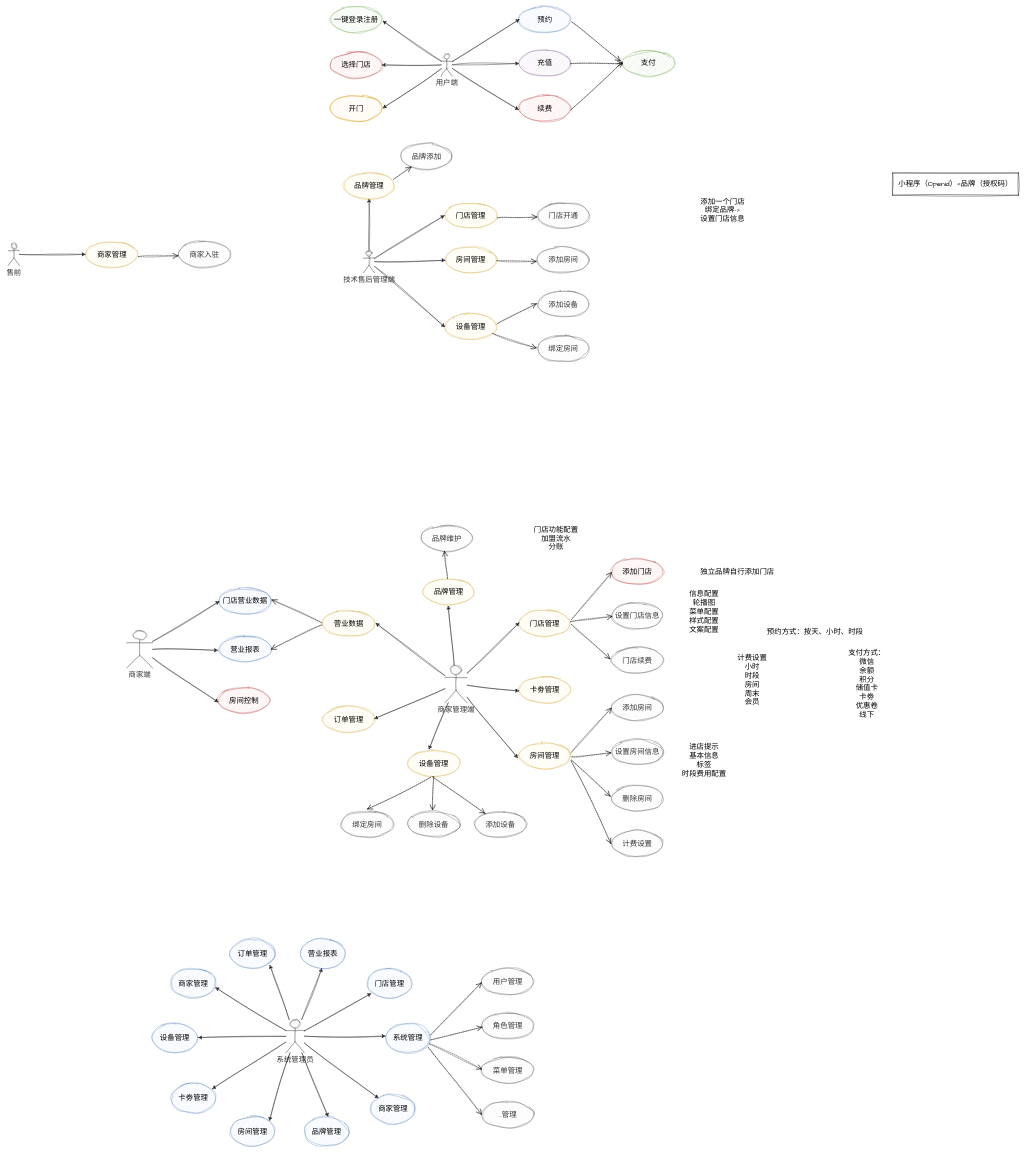
Earlier version of the draw.io diagram 自助棋牌室.drawio (ErDanZi888/draw). Source tidied: cells renumbered, new cells numbered last; positions are measured from the earlier drawing's top-left corner, leaving out a move shared by most shapes. Both pictures are drawn from the tidied source at 37%, with x=0, y=0 at pixel (8, 6).
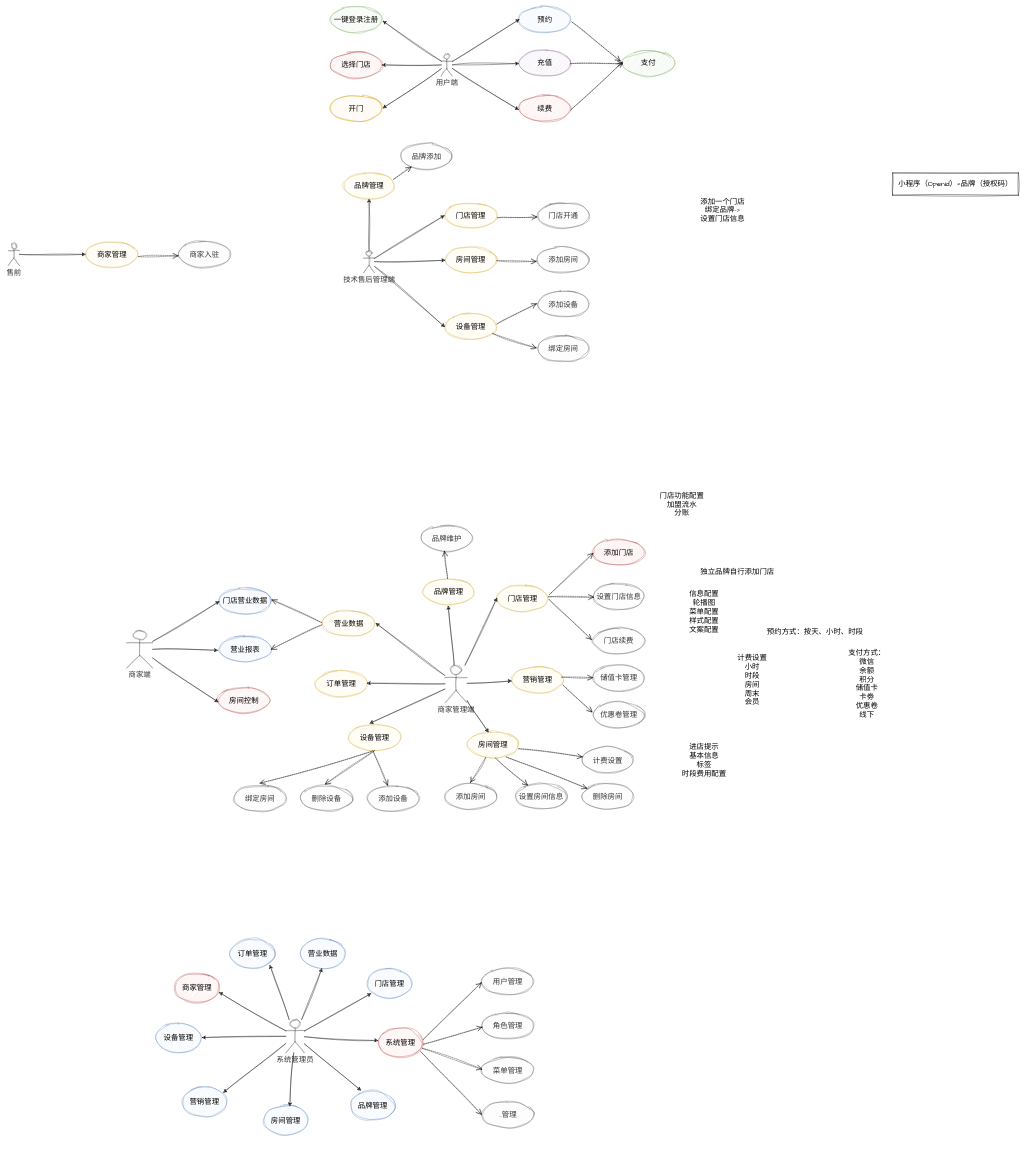
The same diagram, later.

Unchanged cells that the change refers to:
```xml
<mxCell id="55" value="商家管理端" style="shape=umlActor;verticalLabelPosition=bottom;verticalAlign=top;html=1;sketch=1;hachureGap=4;jiggle=2;curveFitting=1;fontFamily=Architects Daughter;fontSize=20;fillColor=#f5f5f5;fontColor=#333333;strokeColor=#666666;" parent="1" vertex="1">
  <mxGeometry x="1180" y="1780" width="60" height="102" as="geometry" />
</mxCell>
<mxCell id="73" value="系统管理员" style="shape=umlActor;verticalLabelPosition=bottom;verticalAlign=top;html=1;sketch=1;hachureGap=4;jiggle=2;curveFitting=1;fontFamily=Architects Daughter;fontSize=20;fillColor=#f5f5f5;fontColor=#333333;strokeColor=#666666;" parent="1" vertex="1">
  <mxGeometry x="750" y="2738" width="50" height="90" as="geometry" />
</mxCell>
```

Change to the diagram source:
```diff
@@
     <mxCell id="35" value="房间管理" style="ellipse;whiteSpace=wrap;html=1;sketch=1;hachureGap=4;jiggle=2;curveFitting=1;fontFamily=Architects Daughter;fontSize=20;fillColor=#fff2cc;strokeColor=#d6b656;" parent="1" vertex="1">
-      <mxGeometry x="1380" y="1990" width="140" height="70" as="geometry" />
+      <mxGeometry x="1240" y="1960" width="140" height="70" as="geometry" />
     </mxCell>
     <mxCell id="36" value="门店管理" style="ellipse;whiteSpace=wrap;html=1;sketch=1;hachureGap=4;jiggle=2;curveFitting=1;fontFamily=Architects Daughter;fontSize=20;fillColor=#fff2cc;strokeColor=#d6b656;" parent="1" vertex="1">
-      <mxGeometry x="1380" y="1632" width="140" height="70" as="geometry" />
+      <mxGeometry x="1320" y="1565" width="140" height="70" as="geometry" />
     </mxCell>
     <mxCell id="37" value="设置门店信息" style="ellipse;whiteSpace=wrap;html=1;sketch=1;hachureGap=4;jiggle=2;curveFitting=1;fontFamily=Architects Daughter;fontSize=20;fillColor=#f5f5f5;strokeColor=#666666;fontColor=#333333;" parent="1" vertex="1">
-      <mxGeometry x="1630" y="1612" width="140" height="70" as="geometry" />
+      <mxGeometry x="1580" y="1560" width="140" height="70" as="geometry" />
     </mxCell>
     <mxCell id="38" value="门店续费" style="ellipse;whiteSpace=wrap;html=1;sketch=1;hachureGap=4;jiggle=2;curveFitting=1;fontFamily=Architects Daughter;fontSize=20;fillColor=#f5f5f5;strokeColor=#666666;fontColor=#333333;" parent="1" vertex="1">
-      <mxGeometry x="1630" y="1732" width="140" height="70" as="geometry" />
+      <mxGeometry x="1580" y="1680" width="140" height="70" as="geometry" />
     </mxCell>
     <mxCell id="39" value="添加房间" style="ellipse;whiteSpace=wrap;html=1;sketch=1;hachureGap=4;jiggle=2;curveFitting=1;fontFamily=Architects Daughter;fontSize=20;fillColor=#f5f5f5;strokeColor=#666666;fontColor=#333333;" parent="1" vertex="1">
-      <mxGeometry x="1630" y="1860" width="140" height="70" as="geometry" />
+      <mxGeometry x="1180" y="2100" width="140" height="70" as="geometry" />
     </mxCell>
     <mxCell id="40" value="删除房间" style="ellipse;whiteSpace=wrap;html=1;sketch=1;hachureGap=4;jiggle=2;curveFitting=1;fontFamily=Architects Daughter;fontSize=20;fillColor=#f5f5f5;strokeColor=#666666;fontColor=#333333;" parent="1" vertex="1">
-      <mxGeometry x="1630" y="2105" width="140" height="70" as="geometry" />
+      <mxGeometry x="1550" y="2100" width="140" height="70" as="geometry" />
     </mxCell>
     <mxCell id="41" value="设置房间信息" style="ellipse;whiteSpace=wrap;html=1;sketch=1;hachureGap=4;jiggle=2;curveFitting=1;fontFamily=Architects Daughter;fontSize=20;fillColor=#f5f5f5;strokeColor=#666666;fontColor=#333333;" parent="1" vertex="1">
-      <mxGeometry x="1630" y="1980" width="140" height="70" as="geometry" />
+      <mxGeometry x="1370" y="2100" width="140" height="70" as="geometry" />
     </mxCell>
@@
     <mxCell id="44" value="设备管理" style="ellipse;whiteSpace=wrap;html=1;sketch=1;hachureGap=4;jiggle=2;curveFitting=1;fontFamily=Architects Daughter;fontSize=20;fillColor=#fff2cc;strokeColor=#d6b656;" parent="1" vertex="1">
-      <mxGeometry x="1080" y="2010" width="140" height="70" as="geometry" />
+      <mxGeometry x="920" y="1940" width="140" height="70" as="geometry" />
     </mxCell>
     <mxCell id="45" value="添加设备" style="ellipse;whiteSpace=wrap;html=1;sketch=1;hachureGap=4;jiggle=2;curveFitting=1;fontFamily=Architects Daughter;fontSize=20;fillColor=#f5f5f5;strokeColor=#666666;fontColor=#333333;" parent="1" vertex="1">
-      <mxGeometry x="1260" y="2175" width="140" height="70" as="geometry" />
+      <mxGeometry x="970" y="2105" width="140" height="70" as="geometry" />
     </mxCell>
     <mxCell id="46" value="绑定房间" style="ellipse;whiteSpace=wrap;html=1;sketch=1;hachureGap=4;jiggle=2;curveFitting=1;fontFamily=Architects Daughter;fontSize=20;fillColor=#f5f5f5;strokeColor=#666666;fontColor=#333333;" parent="1" vertex="1">
-      <mxGeometry x="900" y="2175" width="140" height="70" as="geometry" />
+      <mxGeometry x="610" y="2105" width="140" height="70" as="geometry" />
     </mxCell>
@@
     <mxCell id="50" value="订单管理" style="ellipse;whiteSpace=wrap;html=1;sketch=1;hachureGap=4;jiggle=2;curveFitting=1;fontFamily=Architects Daughter;fontSize=20;fillColor=#fff2cc;strokeColor=#d6b656;" parent="1" vertex="1">
-      <mxGeometry x="850" y="1892" width="140" height="70" as="geometry" />
+      <mxGeometry x="830" y="1796" width="140" height="70" as="geometry" />
     </mxCell>
     <mxCell id="51" value="添加门店" style="ellipse;whiteSpace=wrap;html=1;sketch=1;hachureGap=4;jiggle=2;curveFitting=1;fontFamily=Architects Daughter;fontSize=20;fillColor=#f8cecc;strokeColor=#b85450;" parent="1" vertex="1">
-      <mxGeometry x="1630" y="1492" width="140" height="70" as="geometry" />
+      <mxGeometry x="1580" y="1440" width="140" height="70" as="geometry" />
     </mxCell>
@@
-    <mxCell id="64" style="rounded=0;sketch=1;hachureGap=4;jiggle=2;curveFitting=1;jettySize=auto;html=1;entryX=-0.025;entryY=0.579;entryDx=0;entryDy=0;entryPerimeter=0;fontFamily=Architects Daughter;fontSize=16;" parent="1" edge="1" source="55" target="35">
+    <mxCell id="64" style="rounded=0;sketch=1;hachureGap=4;jiggle=2;curveFitting=1;jettySize=auto;html=1;entryX=0.41;entryY=0.019;entryDx=0;entryDy=0;entryPerimeter=0;fontFamily=Architects Daughter;fontSize=16;" parent="1" edge="1" source="55" target="35">
       <mxGeometry relative="1" as="geometry" />
     </mxCell>
@@
-    <mxCell id="69" style="endArrow=open;endSize=12;dashed=1;html=1;rounded=0;sketch=1;hachureGap=4;jiggle=2;curveFitting=1;fontFamily=Architects Daughter;fontSize=16;entryX=0;entryY=0.514;entryDx=0;entryDy=0;entryPerimeter=0;exitX=1.011;exitY=0.371;exitDx=0;exitDy=0;exitPerimeter=0;" parent="1" edge="1" source="35" target="39">
+    <mxCell id="69" style="endArrow=open;endSize=12;dashed=1;html=1;rounded=0;sketch=1;hachureGap=4;jiggle=2;curveFitting=1;fontFamily=Architects Daughter;fontSize=16;entryX=0.49;entryY=-0.029;entryDx=0;entryDy=0;entryPerimeter=0;exitX=0.357;exitY=1;exitDx=0;exitDy=0;exitPerimeter=0;" parent="1" edge="1" source="35" target="39">
       <mxGeometry relative="1" as="geometry" />
     </mxCell>
-    <mxCell id="70" style="endArrow=open;endSize=12;dashed=1;html=1;rounded=0;sketch=1;hachureGap=4;jiggle=2;curveFitting=1;fontFamily=Architects Daughter;fontSize=16;entryX=-0.004;entryY=0.529;entryDx=0;entryDy=0;entryPerimeter=0;exitX=1.018;exitY=0.543;exitDx=0;exitDy=0;exitPerimeter=0;" parent="1" edge="1" source="35" target="41">
+    <mxCell id="70" style="endArrow=open;endSize=12;dashed=1;html=1;rounded=0;sketch=1;hachureGap=4;jiggle=2;curveFitting=1;fontFamily=Architects Daughter;fontSize=16;exitX=0.548;exitY=1.019;exitDx=0;exitDy=0;exitPerimeter=0;" parent="1" edge="1" source="35" target="41">
       <mxGeometry relative="1" as="geometry" />
     </mxCell>
-    <mxCell id="71" style="endArrow=open;endSize=12;dashed=1;html=1;rounded=0;sketch=1;hachureGap=4;jiggle=2;curveFitting=1;fontFamily=Architects Daughter;fontSize=16;entryX=-0.018;entryY=0.429;entryDx=0;entryDy=0;entryPerimeter=0;exitX=1.018;exitY=0.671;exitDx=0;exitDy=0;exitPerimeter=0;" parent="1" edge="1" source="35" target="40">
-      <mxGeometry relative="1" as="geometry" />
-    </mxCell>
-    <mxCell id="72" style="rounded=0;sketch=1;hachureGap=4;jiggle=2;curveFitting=1;jettySize=auto;html=1;fontFamily=Architects Daughter;fontSize=16;" parent="1" edge="1" source="73" target="111">
-      <mxGeometry relative="1" as="geometry" />
-    </mxCell>
@@
     <mxCell id="82" value="门店功能配置&lt;br&gt;加盟流水&lt;br&gt;分账" style="text;html=1;align=center;verticalAlign=middle;strokeColor=none;fillColor=none;fontSize=20;fontFamily=Architects Daughter;" parent="1" vertex="1">
-      <mxGeometry x="1410" y="1392" width="140" height="90" as="geometry" />
+      <mxGeometry x="1750" y="1300" width="140" height="90" as="geometry" />
     </mxCell>
@@
-    <mxCell id="92" value="卡劵管理" style="ellipse;whiteSpace=wrap;html=1;sketch=1;hachureGap=4;jiggle=2;curveFitting=1;fontFamily=Architects Daughter;fontSize=20;fillColor=#fff2cc;strokeColor=#d6b656;" parent="1" vertex="1">
-      <mxGeometry x="1380" y="1812" width="140" height="70" as="geometry" />
+    <mxCell id="92" value="营销管理" style="ellipse;whiteSpace=wrap;html=1;sketch=1;hachureGap=4;jiggle=2;curveFitting=1;fontFamily=Architects Daughter;fontSize=20;fillColor=#fff2cc;strokeColor=#d6b656;" parent="1" vertex="1">
+      <mxGeometry x="1360" y="1785" width="140" height="70" as="geometry" />
     </mxCell>
@@
     <mxCell id="94" value="删除设备" style="ellipse;whiteSpace=wrap;html=1;sketch=1;hachureGap=4;jiggle=2;curveFitting=1;fontFamily=Architects Daughter;fontSize=20;fillColor=#f5f5f5;strokeColor=#666666;fontColor=#333333;" parent="1" vertex="1">
-      <mxGeometry x="1080" y="2175" width="140" height="70" as="geometry" />
+      <mxGeometry x="790" y="2105" width="140" height="70" as="geometry" />
     </mxCell>
@@
     <mxCell id="98" value="计费设置" style="ellipse;whiteSpace=wrap;html=1;sketch=1;hachureGap=4;jiggle=2;curveFitting=1;fontFamily=Architects Daughter;fontSize=20;fillColor=#f5f5f5;strokeColor=#666666;fontColor=#333333;" parent="1" vertex="1">
-      <mxGeometry x="1630" y="2228" width="140" height="70" as="geometry" />
+      <mxGeometry x="1550" y="2002" width="140" height="70" as="geometry" />
     </mxCell>
-    <mxCell id="99" style="endArrow=open;endSize=12;dashed=1;html=1;rounded=0;sketch=1;hachureGap=4;jiggle=2;curveFitting=1;fontFamily=Architects Daughter;fontSize=16;entryX=-0.01;entryY=0.5;entryDx=0;entryDy=0;entryPerimeter=0;exitX=1.006;exitY=0.694;exitDx=0;exitDy=0;exitPerimeter=0;" parent="1" edge="1" source="35" target="98">
-      <mxGeometry relative="1" as="geometry" />
-    </mxCell>
-    <mxCell id="100" value="系统管理" style="ellipse;whiteSpace=wrap;html=1;sketch=1;hachureGap=4;jiggle=2;curveFitting=1;fontFamily=Architects Daughter;fontSize=20;fillColor=#dae8fc;strokeColor=#6c8ebf;" parent="1" vertex="1">
-      <mxGeometry x="1020" y="2748" width="120" height="80" as="geometry" />
+    <mxCell id="100" value="系统管理" style="ellipse;whiteSpace=wrap;html=1;sketch=1;hachureGap=4;jiggle=2;curveFitting=1;fontFamily=Architects Daughter;fontSize=20;fillColor=#f8cecc;strokeColor=#b85450;" parent="1" vertex="1">
+      <mxGeometry x="1000" y="2760" width="120" height="80" as="geometry" />
     </mxCell>
@@
     <mxCell id="110" value="品牌管理" style="ellipse;whiteSpace=wrap;html=1;sketch=1;hachureGap=4;jiggle=2;curveFitting=1;fontFamily=Architects Daughter;fontSize=20;fillColor=#dae8fc;strokeColor=#6c8ebf;" parent="1" vertex="1">
-      <mxGeometry x="800" y="3000" width="120" height="80" as="geometry" />
+      <mxGeometry x="925" y="2930" width="120" height="80" as="geometry" />
     </mxCell>
-    <mxCell id="111" value="商家管理" style="ellipse;whiteSpace=wrap;html=1;sketch=1;hachureGap=4;jiggle=2;curveFitting=1;fontFamily=Architects Daughter;fontSize=20;fillColor=#dae8fc;strokeColor=#6c8ebf;" parent="1" vertex="1">
-      <mxGeometry x="980" y="2940" width="120" height="80" as="geometry" />
-    </mxCell>
     <mxCell id="112" value="房间管理" style="ellipse;whiteSpace=wrap;html=1;sketch=1;hachureGap=4;jiggle=2;curveFitting=1;fontFamily=Architects Daughter;fontSize=20;fillColor=#dae8fc;strokeColor=#6c8ebf;" parent="1" vertex="1">
-      <mxGeometry x="600" y="3000" width="120" height="80" as="geometry" />
+      <mxGeometry x="690" y="2970" width="120" height="80" as="geometry" />
     </mxCell>
     <mxCell id="113" value="设备管理" style="ellipse;whiteSpace=wrap;html=1;sketch=1;hachureGap=4;jiggle=2;curveFitting=1;fontFamily=Architects Daughter;fontSize=20;fillColor=#dae8fc;strokeColor=#6c8ebf;" parent="1" vertex="1">
-      <mxGeometry x="390" y="2748" width="120" height="80" as="geometry" />
+      <mxGeometry x="400" y="2748" width="120" height="80" as="geometry" />
     </mxCell>
@@
-    <mxCell id="115" value="营业报表" style="ellipse;whiteSpace=wrap;html=1;sketch=1;hachureGap=4;jiggle=2;curveFitting=1;fontFamily=Architects Daughter;fontSize=20;fillColor=#dae8fc;strokeColor=#6c8ebf;" parent="1" vertex="1">
+    <mxCell id="115" value="营业数据" style="ellipse;whiteSpace=wrap;html=1;sketch=1;hachureGap=4;jiggle=2;curveFitting=1;fontFamily=Architects Daughter;fontSize=20;fillColor=#dae8fc;strokeColor=#6c8ebf;" parent="1" vertex="1">
       <mxGeometry x="790" y="2520" width="120" height="80" as="geometry" />
     </mxCell>
@@
-    <mxCell id="119" style="rounded=0;sketch=1;hachureGap=4;jiggle=2;curveFitting=1;jettySize=auto;html=1;entryX=0.534;entryY=0;entryDx=0;entryDy=0;entryPerimeter=0;fontFamily=Architects Daughter;fontSize=16;" parent="1" edge="1" source="73" target="110">
+    <mxCell id="119" style="rounded=0;sketch=1;hachureGap=4;jiggle=2;curveFitting=1;jettySize=auto;html=1;entryX=0.231;entryY=-0.008;entryDx=0;entryDy=0;entryPerimeter=0;fontFamily=Architects Daughter;fontSize=16;" parent="1" edge="1" source="73" target="110">
       <mxGeometry relative="1" as="geometry" />
     </mxCell>
-    <mxCell id="120" style="rounded=0;sketch=1;hachureGap=4;jiggle=2;curveFitting=1;jettySize=auto;html=1;entryX=0.881;entryY=0.139;entryDx=0;entryDy=0;entryPerimeter=0;fontFamily=Architects Daughter;fontSize=16;" parent="1" edge="1" source="73" target="112">
+    <mxCell id="120" style="rounded=0;sketch=1;hachureGap=4;jiggle=2;curveFitting=1;jettySize=auto;html=1;entryX=0.589;entryY=0.025;entryDx=0;entryDy=0;entryPerimeter=0;fontFamily=Architects Daughter;fontSize=16;" parent="1" edge="1" source="73" target="112">
       <mxGeometry relative="1" as="geometry" />
     </mxCell>
@@
-    <mxCell id="123" value="卡劵管理" style="ellipse;whiteSpace=wrap;html=1;sketch=1;hachureGap=4;jiggle=2;curveFitting=1;fontFamily=Architects Daughter;fontSize=20;fillColor=#dae8fc;strokeColor=#6c8ebf;" parent="1" vertex="1">
-      <mxGeometry x="440" y="2910" width="120" height="80" as="geometry" />
+    <mxCell id="123" value="营销管理" style="ellipse;whiteSpace=wrap;html=1;sketch=1;hachureGap=4;jiggle=2;curveFitting=1;fontFamily=Architects Daughter;fontSize=20;fillColor=#dae8fc;strokeColor=#6c8ebf;" parent="1" vertex="1">
+      <mxGeometry x="470" y="2920" width="120" height="80" as="geometry" />
     </mxCell>
@@
-    <mxCell id="125" value="商家管理" style="ellipse;whiteSpace=wrap;html=1;sketch=1;hachureGap=4;jiggle=2;curveFitting=1;fontFamily=Architects Daughter;fontSize=20;fillColor=#dae8fc;strokeColor=#6c8ebf;" parent="1" vertex="1">
-      <mxGeometry x="440" y="2600" width="120" height="80" as="geometry" />
+    <mxCell id="125" value="商家管理" style="ellipse;whiteSpace=wrap;html=1;sketch=1;hachureGap=4;jiggle=2;curveFitting=1;fontFamily=Architects Daughter;fontSize=20;fillColor=#f8cecc;strokeColor=#b85450;" parent="1" vertex="1">
+      <mxGeometry x="450" y="2613" width="120" height="80" as="geometry" />
     </mxCell>
@@
+    <mxCell id="71" style="endArrow=open;endSize=12;dashed=1;html=1;rounded=0;sketch=1;hachureGap=4;jiggle=2;curveFitting=1;fontFamily=Architects Daughter;fontSize=16;exitX=0.757;exitY=0.981;exitDx=0;exitDy=0;exitPerimeter=0;" parent="1" edge="1" source="35" target="40">
+      <mxGeometry relative="1" as="geometry" />
+    </mxCell>
+    <mxCell id="99" style="endArrow=open;endSize=12;dashed=1;html=1;rounded=0;sketch=1;hachureGap=4;jiggle=2;curveFitting=1;fontFamily=Architects Daughter;fontSize=16;exitX=0.995;exitY=0.657;exitDx=0;exitDy=0;exitPerimeter=0;" parent="1" edge="1" source="35" target="98">
+      <mxGeometry relative="1" as="geometry" />
+    </mxCell>
+    <mxCell id="127" value="储值卡管理" style="ellipse;whiteSpace=wrap;html=1;sketch=1;hachureGap=4;jiggle=2;curveFitting=1;fontFamily=Architects Daughter;fontSize=20;fillColor=#f5f5f5;strokeColor=#666666;fontColor=#333333;" parent="1" vertex="1">
+      <mxGeometry x="1580" y="1780" width="140" height="70" as="geometry" />
+    </mxCell>
+    <mxCell id="128" value="优惠卷管理" style="ellipse;whiteSpace=wrap;html=1;sketch=1;hachureGap=4;jiggle=2;curveFitting=1;fontFamily=Architects Daughter;fontSize=20;fillColor=#f5f5f5;strokeColor=#666666;fontColor=#333333;" parent="1" vertex="1">
+      <mxGeometry x="1580" y="1880" width="140" height="70" as="geometry" />
+    </mxCell>
+    <mxCell id="129" style="endArrow=open;endSize=12;dashed=1;html=1;rounded=0;sketch=1;hachureGap=4;jiggle=2;curveFitting=1;fontFamily=Architects Daughter;fontSize=16;exitX=0.967;exitY=0.395;exitDx=0;exitDy=0;exitPerimeter=0;" parent="1" edge="1" source="92" target="127">
+      <mxGeometry relative="1" as="geometry" />
+    </mxCell>
+    <mxCell id="130" style="endArrow=open;endSize=12;dashed=1;html=1;rounded=0;sketch=1;hachureGap=4;jiggle=2;curveFitting=1;fontFamily=Architects Daughter;fontSize=16;exitX=0.995;exitY=0.7;exitDx=0;exitDy=0;exitPerimeter=0;entryX=-0.014;entryY=0.39;entryDx=0;entryDy=0;entryPerimeter=0;" parent="1" edge="1" source="92" target="128">
+      <mxGeometry relative="1" as="geometry" />
+    </mxCell>
```
